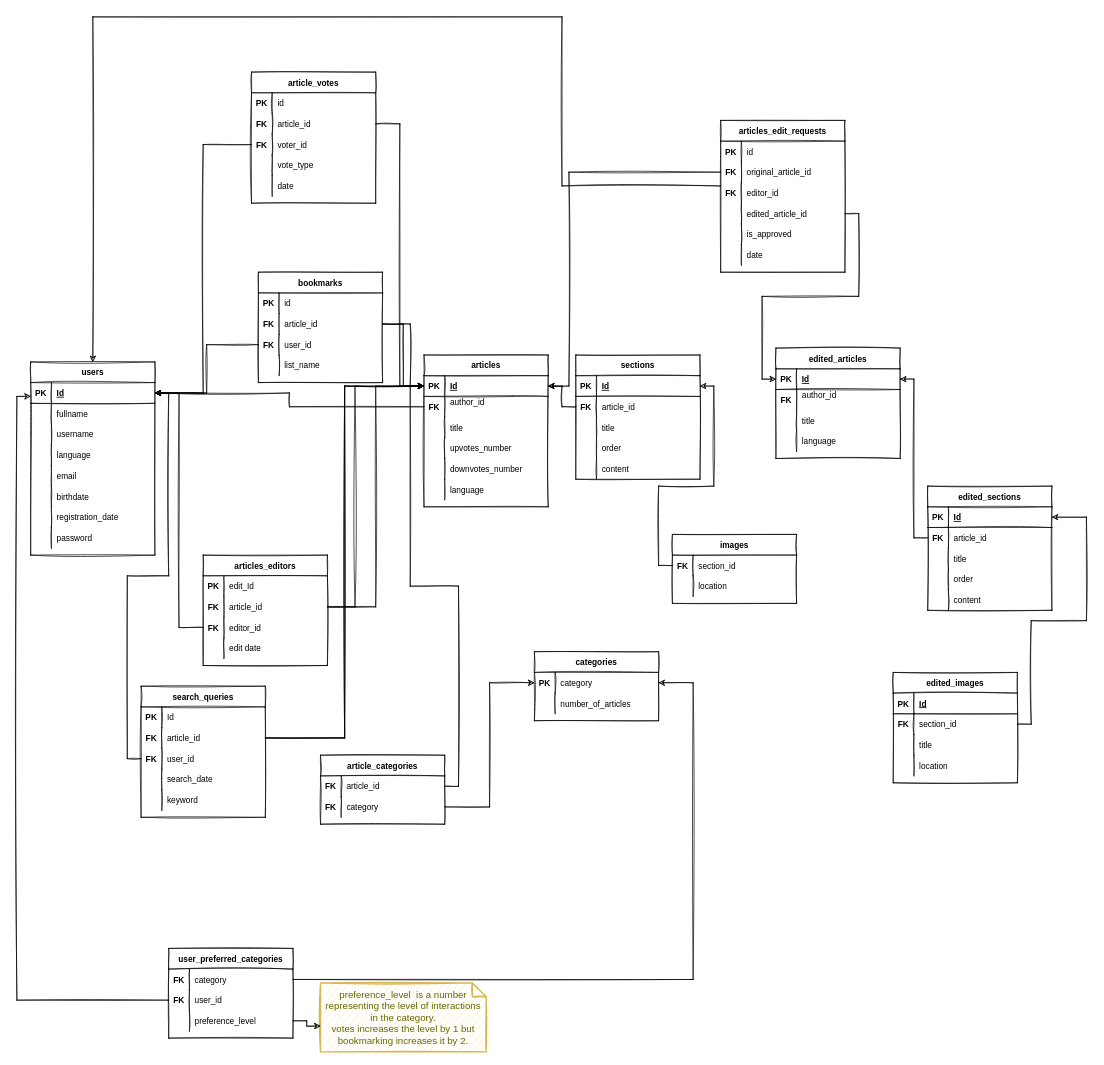
This is page "ERD" (1 of 3) of Untitled Diagram.drawio from mosup16/wikiwiki-swe-project-digrams, a draw.io file, before an edit. Source tidied: cells renumbered, new cells numbered last; positions are measured from the earlier drawing's top-left corner, leaving out a move shared by most shapes. Both pictures are drawn from the tidied source at 69%, with x=0, y=0 at pixel (17, 17).
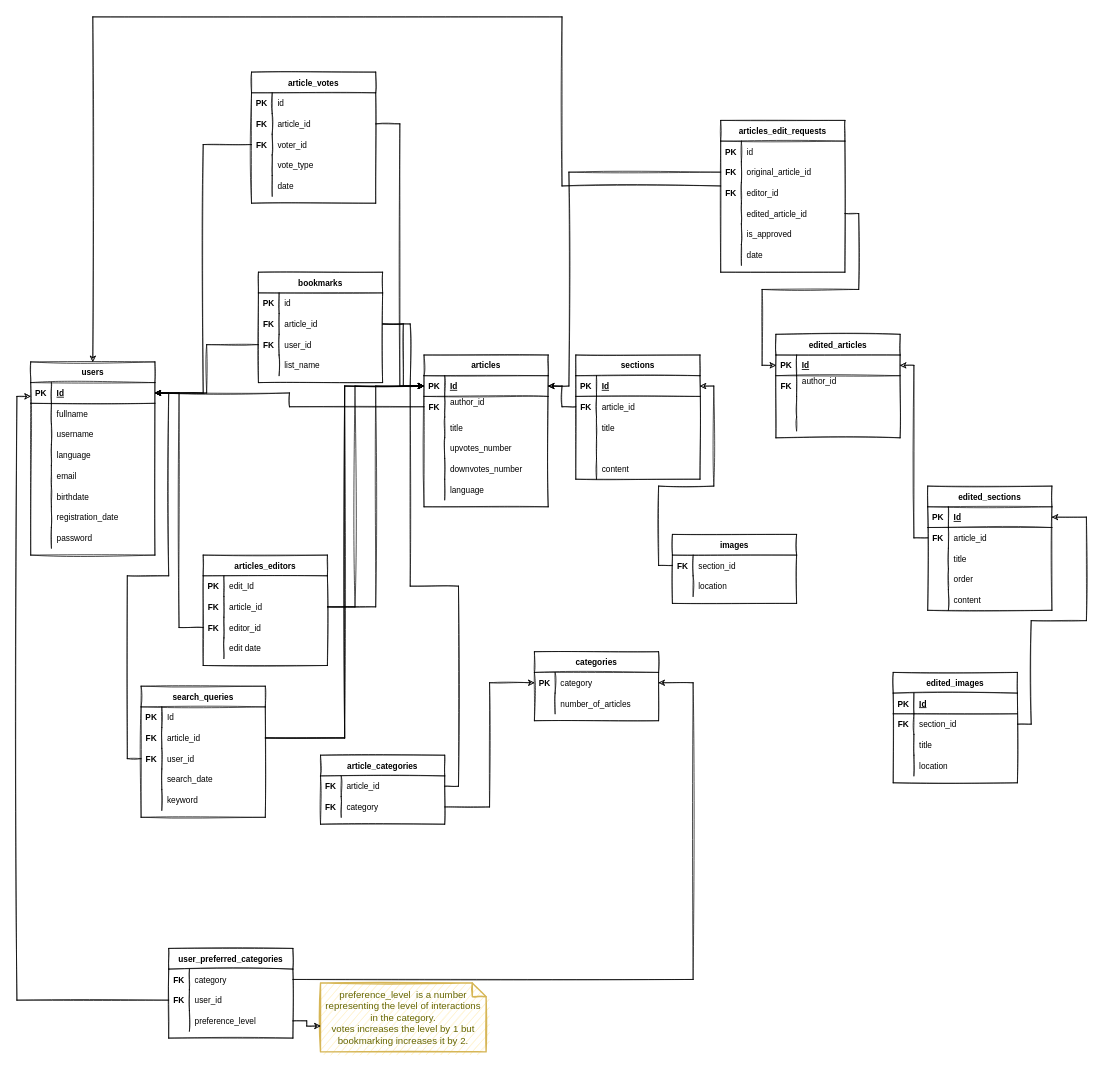
The same page after the edit.

The change refers to these unchanged cells:
```xml
<mxCell id="88" style="shape=tableRow;horizontal=0;startSize=0;swimlaneHead=0;swimlaneBody=0;fillColor=none;top=0;left=0;right=0;bottom=0;sketch=1;" parent="78" vertex="1">
  <mxGeometry y="120" width="180" height="30" as="geometry" />
</mxCell>
<mxCell id="197" style="shape=tableRow;horizontal=0;startSize=0;swimlaneHead=0;swimlaneBody=0;fillColor=none;top=0;left=0;right=0;bottom=0;sketch=1;" parent="190" vertex="1">
  <mxGeometry y="90" width="180" height="30" as="geometry" />
</mxCell>
```

Diff of the diagram source:
```diff
@@
-    <mxCell id="90" value="order" style="shape=partialRectangle;fillColor=none;top=0;left=0;bottom=0;right=0;align=left;spacingLeft=6;overflow=hidden;sketch=1;" parent="88" vertex="1">
+    <mxCell id="90" style="shape=partialRectangle;fillColor=none;top=0;left=0;bottom=0;right=0;align=left;spacingLeft=6;overflow=hidden;sketch=1;" parent="88" vertex="1">
       <mxGeometry x="30" width="150" height="30" as="geometry" />
     </mxCell>
@@
     <mxCell id="190" value="edited_articles" style="shape=table;startSize=30;childLayout=tableLayout;rowLines=0;fontStyle=1;align=center;sketch=1;" parent="1" vertex="1">
-      <mxGeometry x="1100" y="480" width="180" height="160" as="geometry" />
+      <mxGeometry x="1100" y="460" width="180" height="150" as="geometry" />
     </mxCell>
@@
-    <mxCell id="199" value="title" style="shape=partialRectangle;fillColor=none;top=0;left=0;bottom=0;right=0;align=left;spacingLeft=6;overflow=hidden;sketch=1;" parent="197" vertex="1">
+    <mxCell id="199" style="shape=partialRectangle;fillColor=none;top=0;left=0;bottom=0;right=0;align=left;spacingLeft=6;overflow=hidden;sketch=1;" parent="197" vertex="1">
       <mxGeometry x="30" width="150" height="30" as="geometry" />
     </mxCell>
     <mxCell id="200" style="shape=tableRow;horizontal=0;startSize=0;swimlaneHead=0;swimlaneBody=0;fillColor=none;top=0;left=0;right=0;bottom=0;sketch=1;" parent="190" vertex="1">
-      <mxGeometry y="120" width="180" height="30" as="geometry" />
+      <mxGeometry y="120" width="180" height="20" as="geometry" />
     </mxCell>
     <mxCell id="201" style="shape=partialRectangle;fillColor=none;top=0;left=0;bottom=0;right=0;overflow=hidden;sketch=1;" parent="200" vertex="1">
-      <mxGeometry width="30" height="30" as="geometry" />
+      <mxGeometry width="30" height="20" as="geometry" />
     </mxCell>
-    <mxCell id="202" value="language" style="shape=partialRectangle;fillColor=none;top=0;left=0;bottom=0;right=0;align=left;spacingLeft=6;overflow=hidden;sketch=1;" parent="200" vertex="1">
-      <mxGeometry x="30" width="150" height="30" as="geometry" />
+    <mxCell id="202" style="shape=partialRectangle;fillColor=none;top=0;left=0;bottom=0;right=0;align=left;spacingLeft=6;overflow=hidden;sketch=1;" parent="200" vertex="1">
+      <mxGeometry x="30" width="150" height="20" as="geometry" />
     </mxCell>
```
